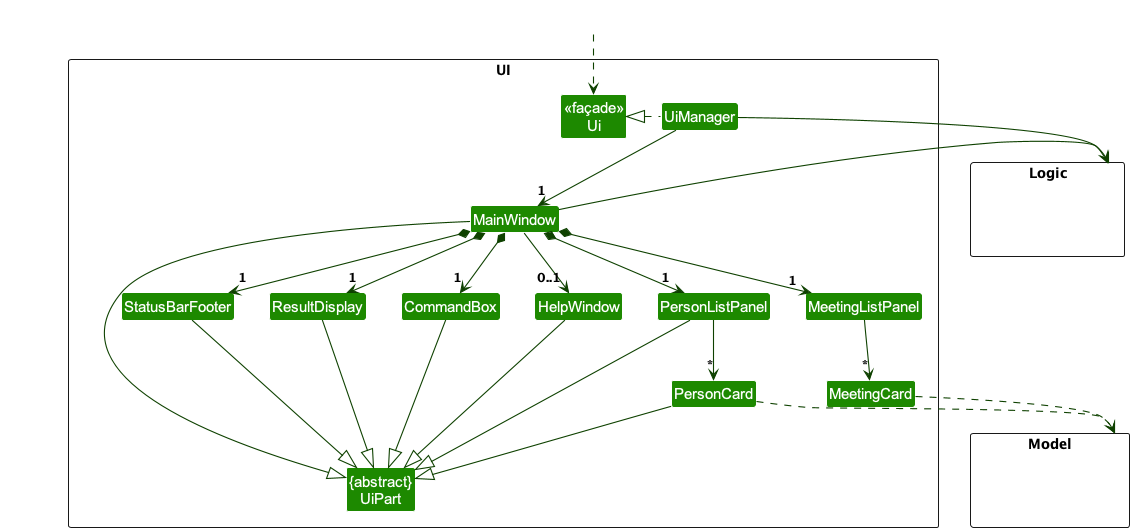
This is docs/images/UiClassDiagram.png from sethteo/tp, a PlantUML export, as it was before one commit.
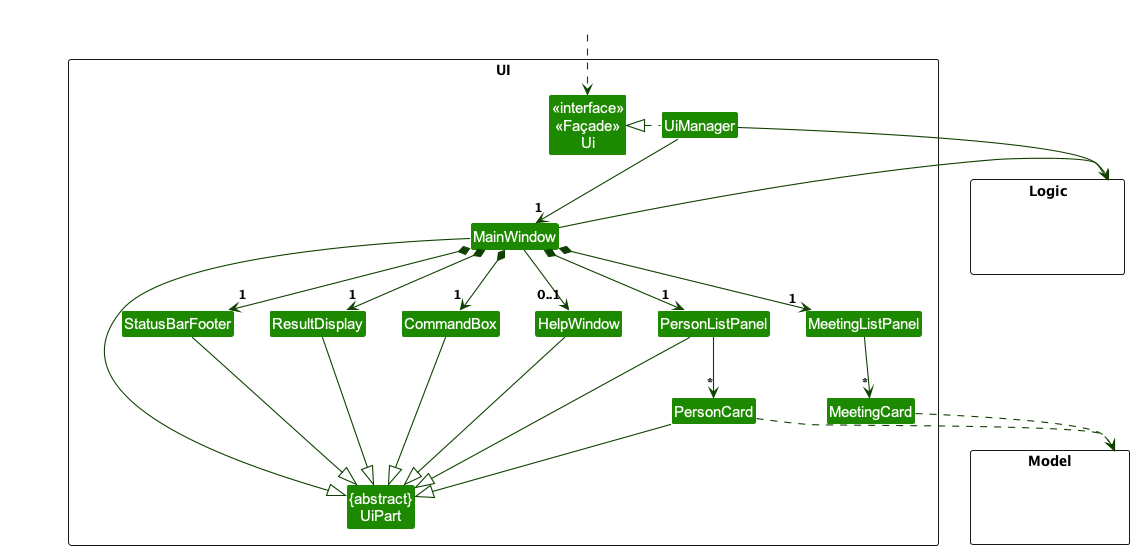
Later version of the same file.

What changed in the source:
```diff
@@ -5,7 +5,7 @@
 skinparam classBackgroundColor UI_COLOR
 
 package UI <<Rectangle>>{
-Class "<<façade>>\nUi" as Ui
+Class "<<interface>>\n<<Façade>>\nUi" as Ui
 Class "{abstract}\nUiPart" as UiPart
 Class UiManager
 Class MainWindow
```
